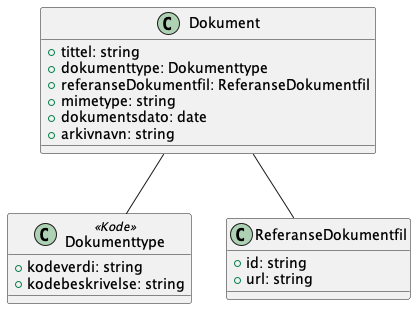
The PlantUML diagram Dokumentasjon/V2/ClassDiagrams/no.ks.fiks.plan.v2.felles.dokument/dokument.png in ks-no/fiks-plan-specification, before a commit.
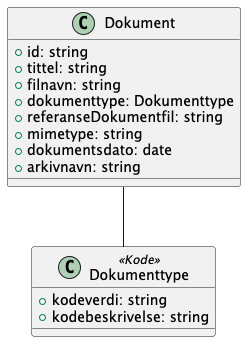
Above is the later version.

Commit message:
Fikset at plantUML modellene ikke stemte overens med json schema og la til forklaring på arkivnavn typen (#130)

The edit, as a diff of the source:
```diff
@@ -1,24 +1,20 @@
 @startuml
 class Dokument {
+    +id: string
     +tittel: string
+    +filnavn: string
     +dokumenttype: Dokumenttype
-    +referanseDokumentfil: ReferanseDokumentfil
+    +referanseDokumentfil: string
     +mimetype: string
     +dokumentsdato: date
     +arkivnavn: string
 }
 
 Dokument -- Dokumenttype
-Dokument -- ReferanseDokumentfil
 
 class Dokumenttype <<Kode>> {
     +kodeverdi: string
     +kodebeskrivelse: string
 }
 
-class ReferanseDokumentfil {
-    +id: string
-    +url: string
-}
-
 @enduml
```
